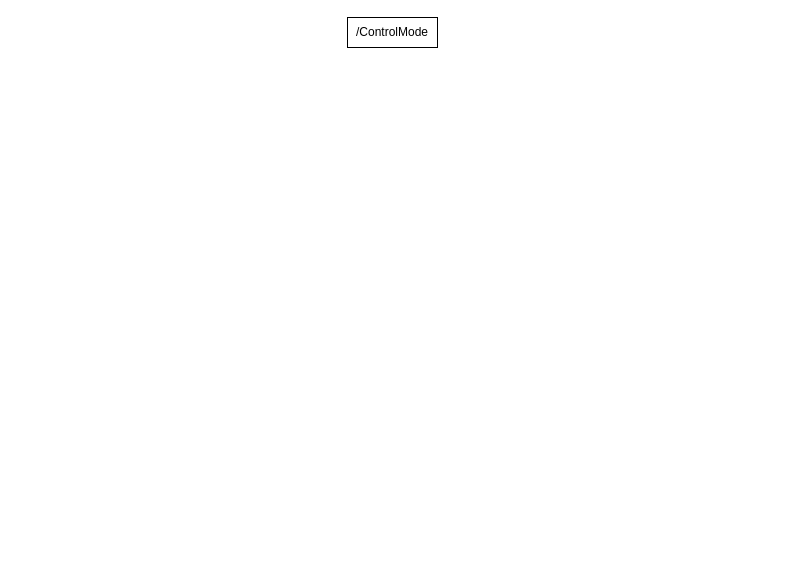
Before: page "Control" (1 of 2) of legged_software.drawio in max-assel/legged_software_diagram, a draw.io diagram. Source tidied: cells renumbered, new cells numbered last; positions are measured from the earlier drawing's top-left corner, leaving out a move shared by most shapes. Both pictures are drawn from the tidied source at 100%, with x=0, y=0 at pixel (347, 17).
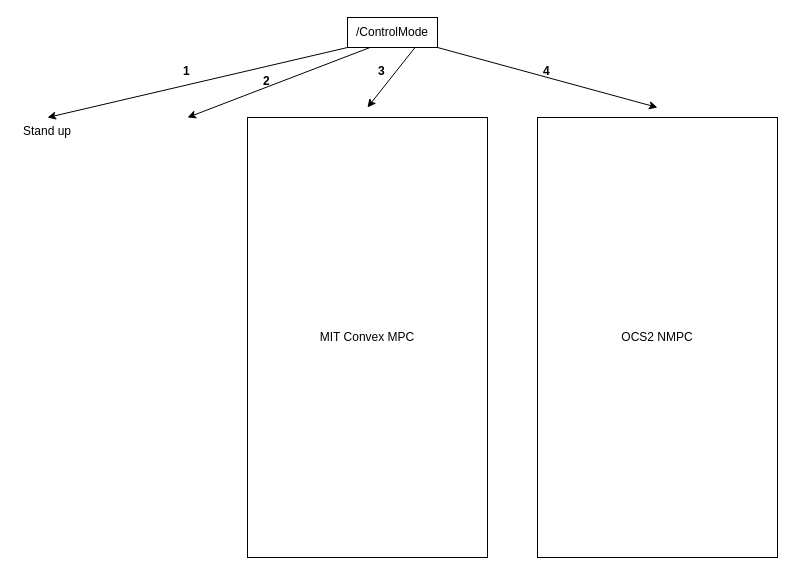
After the change.

Change to the diagram source:
```diff
@@
 <mxGraphModel>
   <root>
     <mxCell id="0" />
     <mxCell id="1" parent="0" />
     <mxCell id="2" value="/ControlMode" style="rounded=0;whiteSpace=wrap;html=1;" parent="1" vertex="1">
       <mxGeometry width="90" height="30" as="geometry" />
     </mxCell>
+    <mxCell id="3" style="endArrow=classic;html=1;rounded=0;exitX=0;exitY=1;exitDx=0;exitDy=0;" parent="1" edge="1" source="2">
+      <mxGeometry relative="1" as="geometry">
+        <mxPoint x="-300" y="100" as="targetPoint" />
+      </mxGeometry>
+    </mxCell>
+    <mxCell id="4" style="endArrow=classic;html=1;rounded=0;exitX=0.25;exitY=1;exitDx=0;exitDy=0;" parent="1" edge="1" source="2">
+      <mxGeometry relative="1" as="geometry">
+        <mxPoint x="-160" y="100" as="targetPoint" />
+      </mxGeometry>
+    </mxCell>
+    <mxCell id="5" style="endArrow=classic;html=1;rounded=0;exitX=0.75;exitY=1;exitDx=0;exitDy=0;" parent="1" edge="1" source="2">
+      <mxGeometry relative="1" as="geometry">
+        <mxPoint x="20" y="90" as="targetPoint" />
+      </mxGeometry>
+    </mxCell>
+    <mxCell id="6" style="endArrow=classic;html=1;rounded=0;exitX=1;exitY=1;exitDx=0;exitDy=0;" parent="1" edge="1" source="2">
+      <mxGeometry relative="1" as="geometry">
+        <mxPoint x="310" y="90" as="targetPoint" />
+      </mxGeometry>
+    </mxCell>
+    <mxCell id="7" value="&lt;b&gt;1&lt;/b&gt;" style="text;strokeColor=none;fillColor=none;spacingLeft=4;spacingRight=4;overflow=hidden;fontSize=12;whiteSpace=wrap;html=1;" parent="1" vertex="1">
+      <mxGeometry x="-170" y="40" width="20" height="30" as="geometry" />
+    </mxCell>
+    <mxCell id="8" value="&lt;b&gt;2&lt;/b&gt;" style="text;strokeColor=none;fillColor=none;spacingLeft=4;spacingRight=4;overflow=hidden;fontSize=12;whiteSpace=wrap;html=1;" parent="1" vertex="1">
+      <mxGeometry x="-90" y="50" width="20" height="30" as="geometry" />
+    </mxCell>
+    <mxCell id="9" value="&lt;b&gt;3&lt;/b&gt;" style="text;strokeColor=none;fillColor=none;spacingLeft=4;spacingRight=4;overflow=hidden;fontSize=12;whiteSpace=wrap;html=1;" parent="1" vertex="1">
+      <mxGeometry x="25" y="40" width="20" height="30" as="geometry" />
+    </mxCell>
+    <mxCell id="10" value="&lt;b&gt;4&lt;/b&gt;" style="text;strokeColor=none;fillColor=none;spacingLeft=4;spacingRight=4;overflow=hidden;fontSize=12;whiteSpace=wrap;html=1;" parent="1" vertex="1">
+      <mxGeometry x="190" y="40" width="20" height="30" as="geometry" />
+    </mxCell>
+    <mxCell id="11" value="MIT Convex MPC" style="rounded=0;whiteSpace=wrap;html=1;" parent="1" vertex="1">
+      <mxGeometry x="-100" y="100" width="240" height="440" as="geometry" />
+    </mxCell>
+    <mxCell id="12" value="Stand up" style="text;strokeColor=none;fillColor=none;spacingLeft=4;spacingRight=4;overflow=hidden;fontSize=12;whiteSpace=wrap;html=1;" parent="1" vertex="1">
+      <mxGeometry x="-330" y="100" width="60" height="30" as="geometry" />
+    </mxCell>
+    <mxCell id="13" value="OCS2 NMPC" style="rounded=0;whiteSpace=wrap;html=1;" parent="1" vertex="1">
+      <mxGeometry x="190" y="100" width="240" height="440" as="geometry" />
+    </mxCell>
   </root>
 </mxGraphModel>
```
